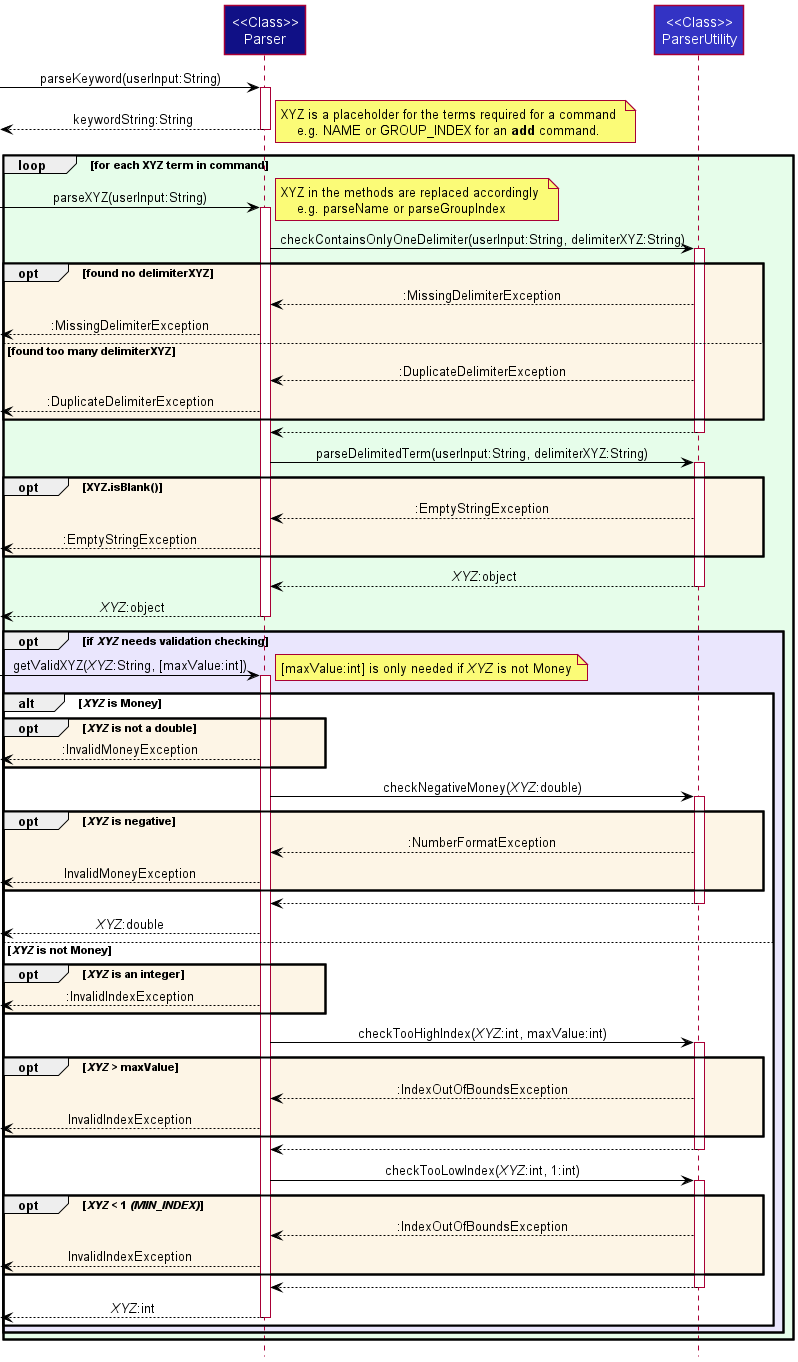
Above: docs/images/ParserSequenceDiagram0.png in nus-cs2113-AY2122S2/tp (PlantUML), before the change.
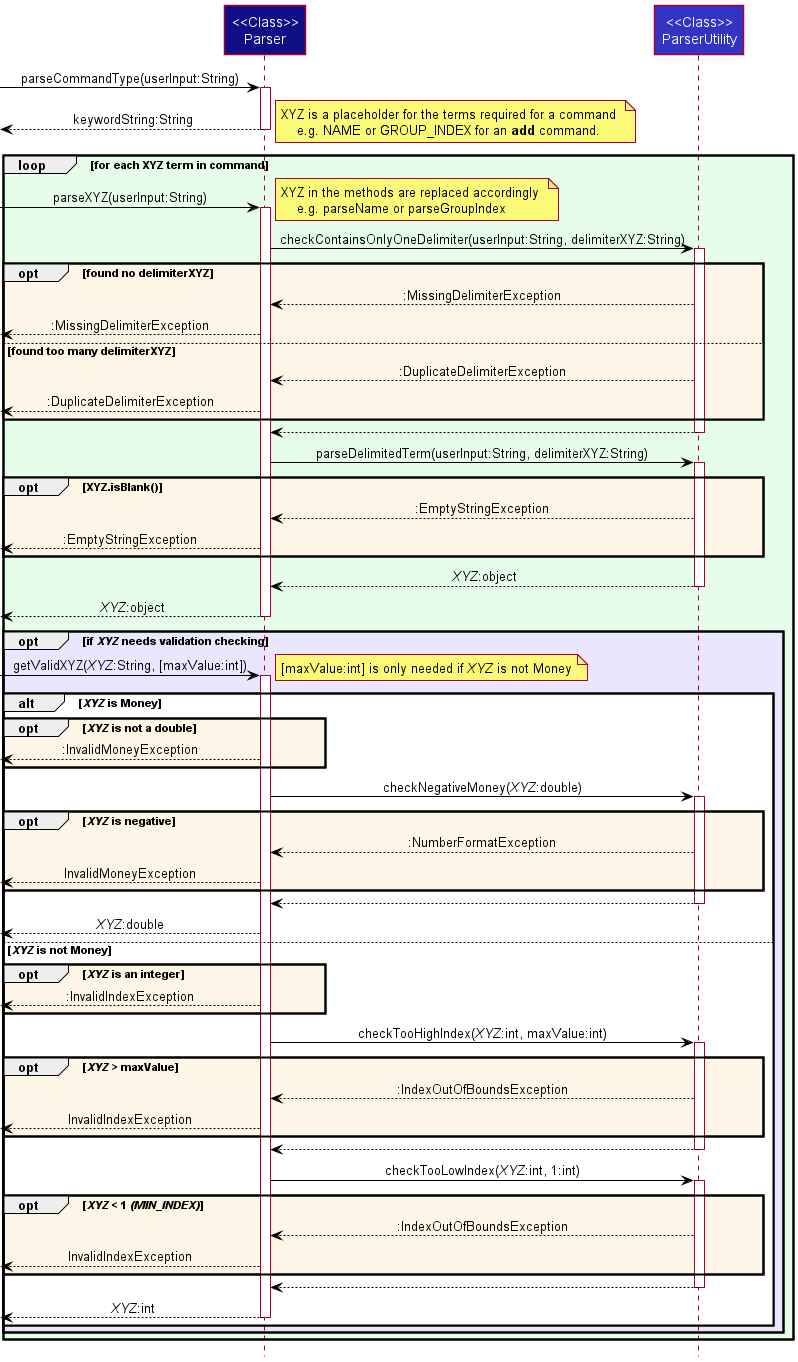
After the commit.

What changed in the source:
```diff
@@ -7,7 +7,7 @@
 Participant "<<Class>>\nParser" as Parser LOGIC_COLOR
 Participant "<<Class>>\nParserUtility" as UParser LOGIC_COLOR_T1
 
-[-> Parser : parseKeyword(userInput:String)
+[-> Parser : parseCommandType(userInput:String)
 activate Parser
 Parser -->[ : keywordString:String
 deactivate Parser
```
